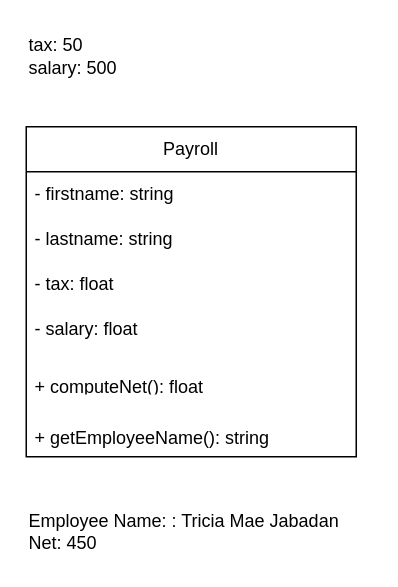
The draw.io diagram Untitled Diagram.drawio in tricia-mj/ITE601-Activities, before the edit. Source tidied: cells renumbered, new cells numbered last; positions are measured from the earlier drawing's top-left corner, leaving out a move shared by most shapes. Both pictures are drawn from the tidied source at 150%, with x=0, y=0 at pixel (26, 26).
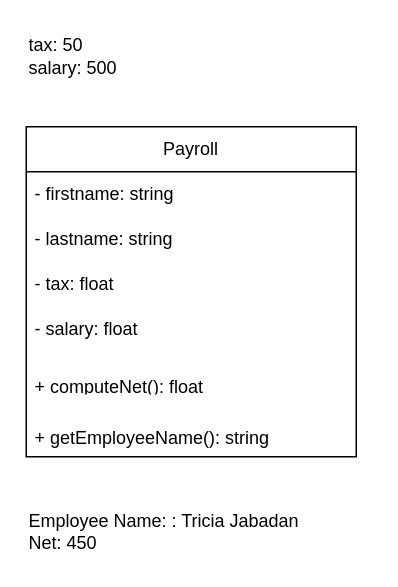
The same diagram, later.

What changed in the source:
```diff
@@
 <mxGraphModel>
   <root>
     <mxCell id="0" />
     <mxCell id="1" parent="0" />
     <mxCell id="2" value="Payroll" style="swimlane;fontStyle=0;horizontal=1;startSize=30;whiteSpace=wrap;html=1;" parent="1" vertex="1">
       <mxGeometry y="67" width="220" height="220" as="geometry" />
     </mxCell>
     <mxCell id="3" value="- firstname: string" style="text;strokeColor=none;fillColor=none;align=left;verticalAlign=middle;spacingLeft=4;spacingRight=4;overflow=hidden;whiteSpace=wrap;html=1;" parent="2" vertex="1">
       <mxGeometry y="30" width="220" height="30" as="geometry" />
     </mxCell>
     <mxCell id="4" value="- lastname: string" style="text;strokeColor=none;fillColor=none;align=left;verticalAlign=middle;spacingLeft=4;spacingRight=4;overflow=hidden;whiteSpace=wrap;html=1;" parent="2" vertex="1">
       <mxGeometry y="60" width="220" height="30" as="geometry" />
     </mxCell>
     <mxCell id="5" value="- tax: float&amp;nbsp;" style="text;strokeColor=none;fillColor=none;align=left;verticalAlign=middle;spacingLeft=4;spacingRight=4;overflow=hidden;whiteSpace=wrap;html=1;" parent="2" vertex="1">
       <mxGeometry y="90" width="220" height="30" as="geometry" />
     </mxCell>
     <mxCell id="6" value="- salary: float&amp;nbsp;" style="text;strokeColor=none;fillColor=none;align=left;verticalAlign=middle;spacingLeft=4;spacingRight=4;overflow=hidden;whiteSpace=wrap;html=1;" parent="2" vertex="1">
       <mxGeometry y="120" width="220" height="30" as="geometry" />
     </mxCell>
     <mxCell id="7" value="&lt;br&gt;+ computeNet(): float&amp;nbsp;" style="text;strokeColor=none;fillColor=none;align=left;verticalAlign=middle;spacingLeft=4;spacingRight=4;overflow=hidden;whiteSpace=wrap;html=1;" parent="2" vertex="1">
       <mxGeometry y="150" width="220" height="30" as="geometry" />
     </mxCell>
     <mxCell id="8" value="&lt;br&gt;+ getEmployeeName(): string" style="text;strokeColor=none;fillColor=none;align=left;verticalAlign=middle;spacingLeft=4;spacingRight=4;overflow=hidden;whiteSpace=wrap;html=1;" parent="2" vertex="1">
       <mxGeometry y="180" width="220" height="40" as="geometry" />
     </mxCell>
     <mxCell id="9" value="tax: 50&lt;div&gt;salary: 500&lt;/div&gt;" style="text;html=1;align=left;verticalAlign=middle;strokeColor=none;fillColor=none;" parent="1" vertex="1">
       <mxGeometry width="80" height="40" as="geometry" />
     </mxCell>
-    <mxCell id="10" value="Employee Name: : Tricia Mae Jabadan&lt;div&gt;Net: 450&lt;/div&gt;" style="text;html=1;align=left;verticalAlign=middle;strokeColor=none;fillColor=none;" parent="1" vertex="1">
-      <mxGeometry y="317" width="230" height="40" as="geometry" />
+    <mxCell id="10" value="Employee Name: : Tricia Jabadan&lt;div&gt;Net: 450&lt;/div&gt;" style="text;html=1;align=left;verticalAlign=middle;strokeColor=none;fillColor=none;" parent="1" vertex="1">
+      <mxGeometry y="317" width="200" height="40" as="geometry" />
     </mxCell>
   </root>
 </mxGraphModel>
```
